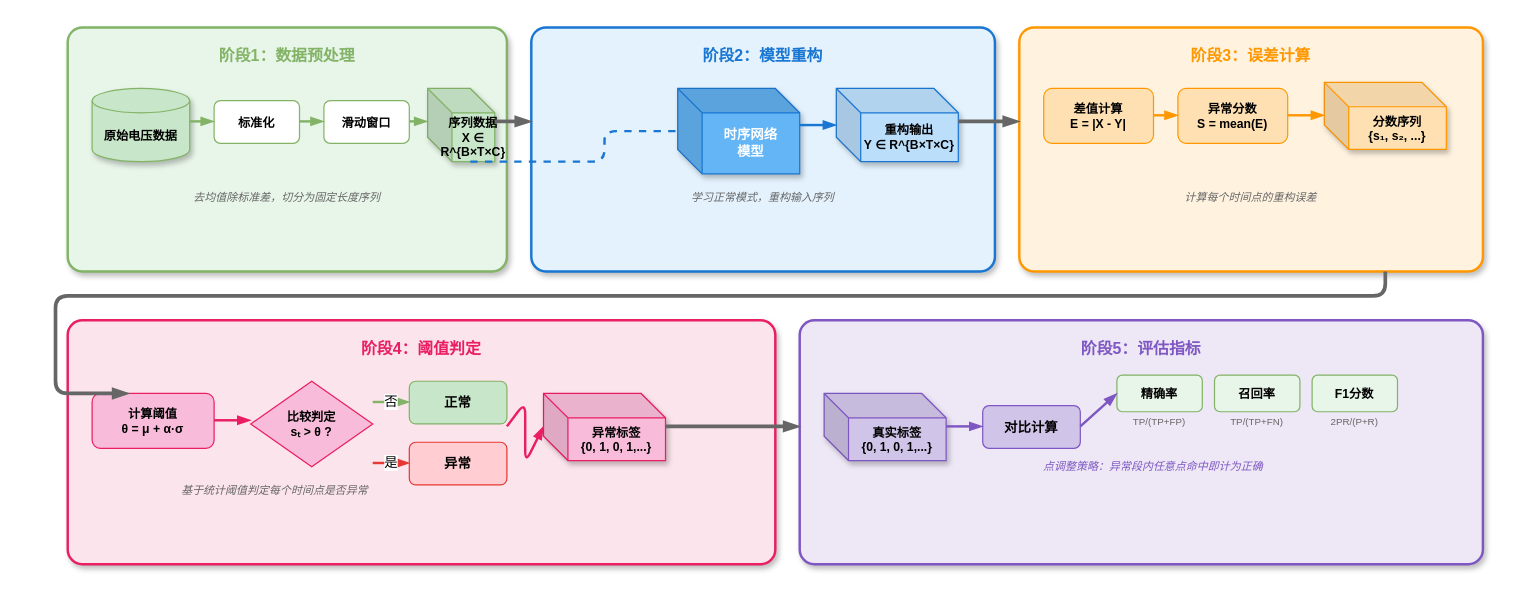
sheldon123z/Rural-Low-Voltage-Detection keeps this draw.io diagram as code/figures/architecture/fig_anomaly_pipeline.drawio. Above is the earlier version. Source tidied: cells renumbered, new cells numbered last; positions are measured from the earlier drawing's top-left corner, leaving out a move shared by most shapes. Both pictures are drawn from the tidied source at 122%, with x=0, y=0 at pixel (55, 27).
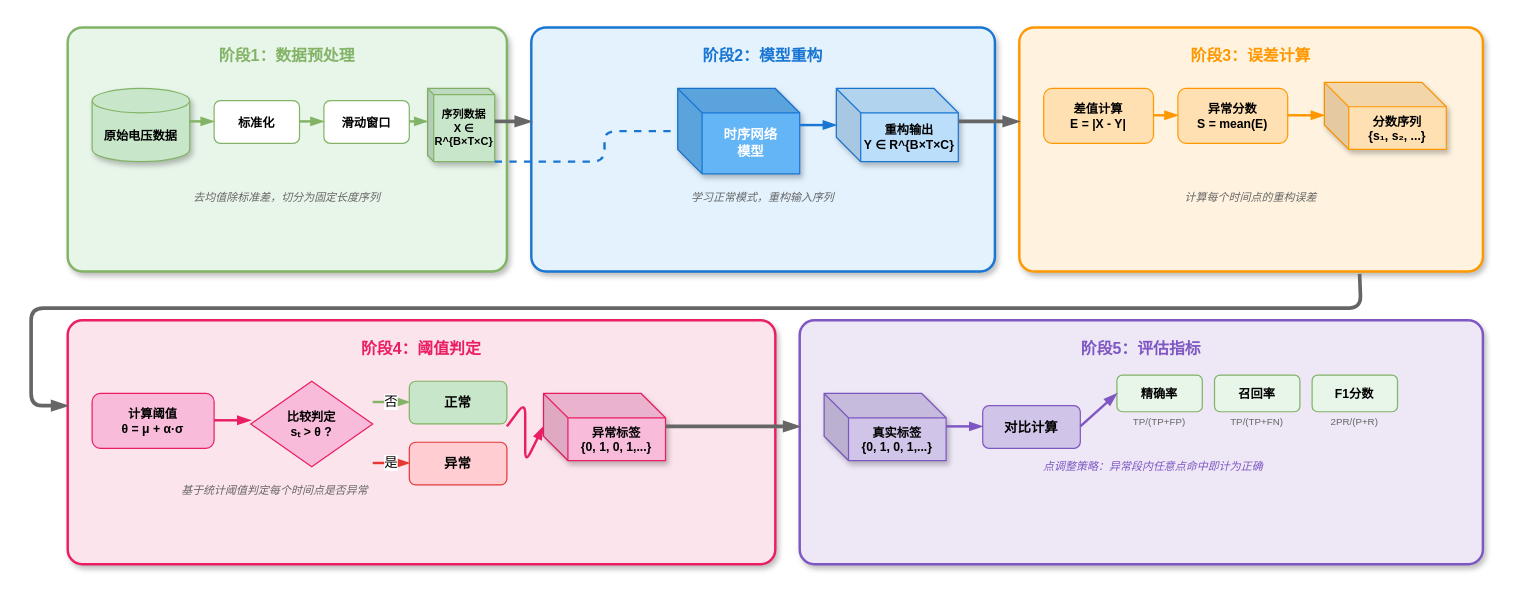
Above is the later version.

The change refers to these unchanged cells:
```xml
<mxCell id="14" style="rounded=1;whiteSpace=wrap;html=1;fillColor=#fff3e0;strokeColor=#ff9800;strokeWidth=2;shadow=1;arcSize=6;" parent="1" vertex="1">
  <mxGeometry x="790" width="380" height="200" as="geometry" />
</mxCell>
```

Diff of the diagram source:
```diff
@@
-    <mxCell id="7" value="序列数据&lt;br&gt;X ∈ R^{B×T×C}" style="shape=cube;whiteSpace=wrap;html=1;boundedLbl=1;backgroundOutline=1;darkOpacity=0.05;darkOpacity2=0.1;fillColor=#c8e6c9;strokeColor=#82b366;fontSize=10;fontStyle=1;shadow=1;" parent="1" vertex="1">
+    <mxCell id="7" value="序列数据&lt;br&gt;X ∈ R^{B×T×C}" style="shape=cube;whiteSpace=wrap;html=1;boundedLbl=1;backgroundOutline=1;darkOpacity=0.05;darkOpacity2=0.1;fillColor=#c8e6c9;strokeColor=#82b366;fontSize=9;fontStyle=1;shadow=1;size=5;" parent="1" vertex="1">
       <mxGeometry x="305" y="50" width="55" height="60" as="geometry" />
     </mxCell>
@@
-    <mxCell id="47" style="endArrow=blockThin;html=1;rounded=1;strokeWidth=3;strokeColor=#666666;endFill=1;" parent="1" edge="1">
+    <mxCell id="47" style="endArrow=blockThin;html=1;rounded=1;strokeWidth=3;strokeColor=#666666;endFill=1;exitX=0.734;exitY=1.01;exitDx=0;exitDy=0;exitPerimeter=0;" parent="1" edge="1" source="14">
       <mxGeometry relative="1" as="geometry">
-        <mxPoint x="1090" y="200" as="sourcePoint" />
-        <mxPoint x="60" y="300" as="targetPoint" />
+        <mxPoint x="10" y="310" as="targetPoint" />
         <Array as="points">
-          <mxPoint x="1090" y="220" />
-          <mxPoint y="220" />
-          <mxPoint y="300" />
+          <mxPoint x="1070" y="230" />
+          <mxPoint x="-20" y="230" />
+          <mxPoint x="-20" y="270" />
+          <mxPoint x="-20" y="310" />
         </Array>
       </mxGeometry>
     </mxCell>
@@
-    <mxCell id="55" style="endArrow=none;html=1;rounded=1;strokeWidth=2;strokeColor=#1976d2;endFill=0;dashed=1;" parent="1" edge="1">
+    <mxCell id="55" style="endArrow=none;html=1;rounded=1;strokeWidth=2;strokeColor=#1976d2;endFill=0;dashed=1;exitX=1;exitY=1;exitDx=0;exitDy=0;exitPerimeter=0;" parent="1" edge="1" source="7">
       <mxGeometry relative="1" as="geometry">
-        <mxPoint x="340" y="110" as="sourcePoint" />
         <mxPoint x="510" y="85" as="targetPoint" />
         <Array as="points">
           <mxPoint x="450" y="110" />
           <mxPoint x="450" y="85" />
         </Array>
       </mxGeometry>
     </mxCell>
```
